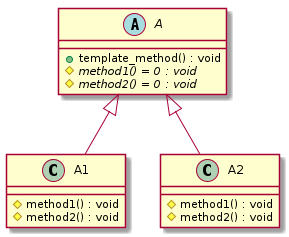
Before: docs/test_cases/t00022_class.png, a diagram exported from PlantUML (bkryza/clang-uml). Its diagram source:
```plantuml
@startuml
abstract "A" as C_0000000283

class "A1" as C_0000000285

class "A2" as C_0000000287

abstract C_0000000283 {
+template_method() : void
{abstract} #method1() = 0 : void
{abstract} #method2() = 0 : void
}

class C_0000000285 {
#method1() : void
#method2() : void
}
C_0000000283 <|-- C_0000000285

class C_0000000287 {
#method1() : void
#method2() : void
}
C_0000000283 <|-- C_0000000287

@enduml
```
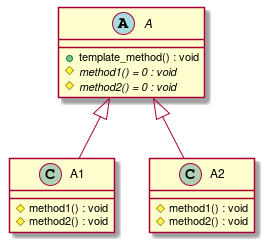
The same diagram one commit later.

Diff of the diagram source:
```diff
@@ -1,26 +1,26 @@
 @startuml
-abstract "A" as C_0000000283
+abstract "A" as C_0000000351
 
-class "A1" as C_0000000285
+class "A1" as C_0000000353
 
-class "A2" as C_0000000287
+class "A2" as C_0000000355
 
-abstract C_0000000283 {
+abstract C_0000000351 {
 +template_method() : void
 {abstract} #method1() = 0 : void
 {abstract} #method2() = 0 : void
 }
 
-class C_0000000285 {
+class C_0000000353 {
 #method1() : void
 #method2() : void
 }
-C_0000000283 <|-- C_0000000285
+C_0000000351 <|-- C_0000000353
 
-class C_0000000287 {
+class C_0000000355 {
 #method1() : void
 #method2() : void
 }
-C_0000000283 <|-- C_0000000287
+C_0000000351 <|-- C_0000000355
 
 @enduml
```
